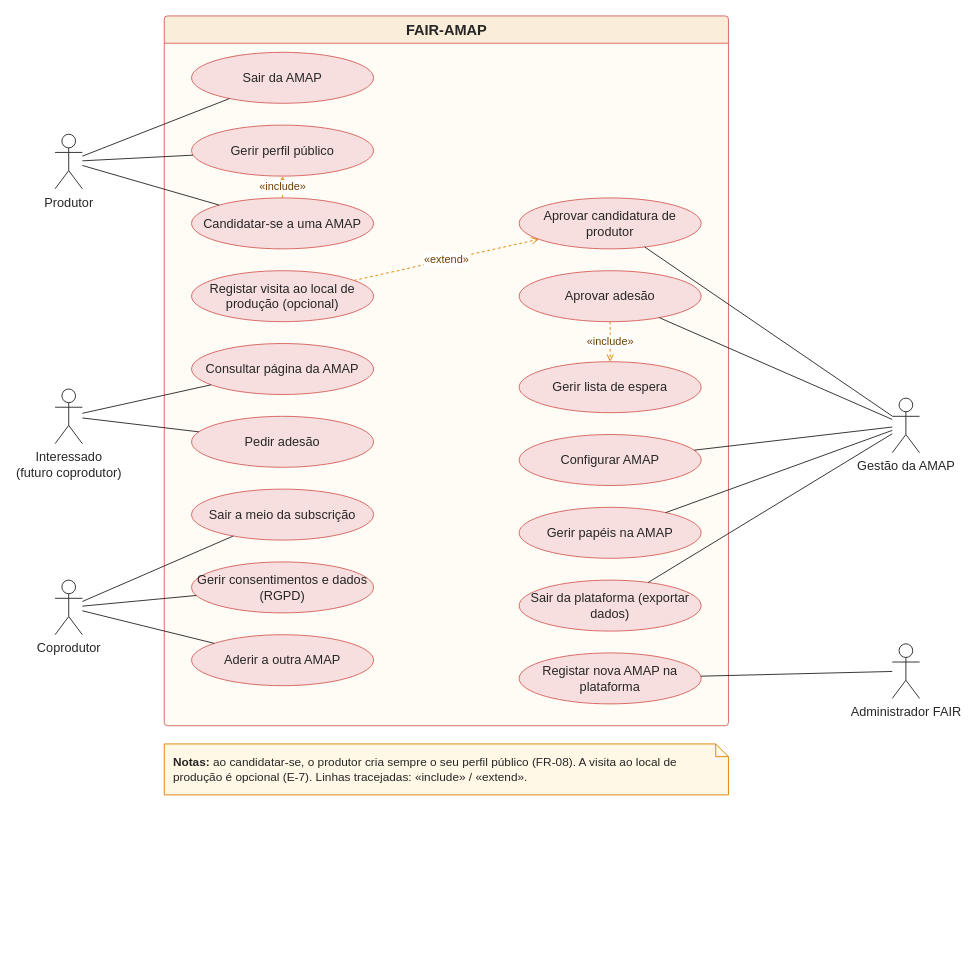
BrunoAlvees/engreq_2627_G02 keeps this draw.io diagram as docs/requisitos/diagramas/casos_uso/CasosUsoRF01PT.drawio. Above is the earlier version. Source tidied: cells renumbered, new cells numbered last; positions are measured from the earlier drawing's top-left corner, leaving out a move shared by most shapes. Both pictures are drawn from the tidied source at 91%, with x=0, y=0 at pixel (55, 15).
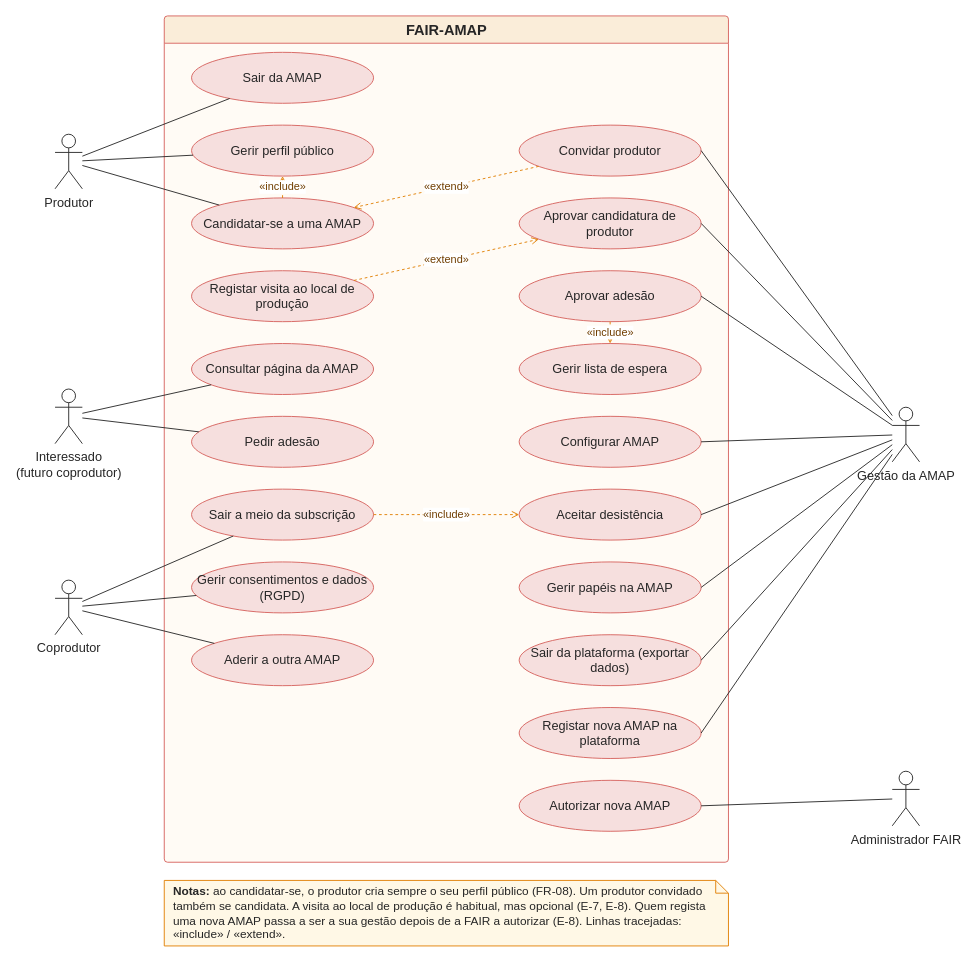
Above is the later version.

The change refers to these unchanged cells:
```xml
<mxCell id="5" value="Candidatar-se a uma AMAP" style="ellipse;whiteSpace=wrap;html=1;fontSize=14;fillColor=#F6DFDE;strokeColor=#D6615C;fontColor=#262626;" parent="2" vertex="1">
  <mxGeometry x="30" y="200" width="200" height="56" as="geometry" />
</mxCell>
<mxCell id="9" value="Sair a meio da subscrição" style="ellipse;whiteSpace=wrap;html=1;fontSize=14;fillColor=#F6DFDE;strokeColor=#D6615C;fontColor=#262626;" parent="2" vertex="1">
  <mxGeometry x="30" y="520" width="200" height="56" as="geometry" />
</mxCell>
<mxCell id="12" value="Aprovar candidatura de produtor" style="ellipse;whiteSpace=wrap;html=1;fontSize=14;fillColor=#F6DFDE;strokeColor=#D6615C;fontColor=#262626;" parent="2" vertex="1">
  <mxGeometry x="390" y="200" width="200" height="56" as="geometry" />
</mxCell>
<mxCell id="13" value="Aprovar adesão" style="ellipse;whiteSpace=wrap;html=1;fontSize=14;fillColor=#F6DFDE;strokeColor=#D6615C;fontColor=#262626;" parent="2" vertex="1">
  <mxGeometry x="390" y="280" width="200" height="56" as="geometry" />
</mxCell>
```

What changed in the source:
```diff
@@
     <mxCell id="2" value="FAIR-AMAP" style="swimlane;startSize=30;html=1;fontSize=16;fontStyle=1;fillColor=#FAEDD9;strokeColor=#D6615C;fontColor=#262626;swimlaneFillColor=#FFFBF5;rounded=1;arcSize=4;" parent="1" vertex="1">
-      <mxGeometry x="120" width="620" height="780" as="geometry" />
+      <mxGeometry x="120" width="620" height="930" as="geometry" />
     </mxCell>
@@
-    <mxCell id="6" value="Registar visita ao local de produção (opcional)" style="ellipse;whiteSpace=wrap;html=1;fontSize=14;fillColor=#F6DFDE;strokeColor=#D6615C;fontColor=#262626;" parent="2" vertex="1">
+    <mxCell id="6" value="Registar visita ao local de produção" style="ellipse;whiteSpace=wrap;html=1;fontSize=14;fillColor=#F6DFDE;strokeColor=#D6615C;fontColor=#262626;" parent="2" vertex="1">
       <mxGeometry x="30" y="280" width="200" height="56" as="geometry" />
     </mxCell>
@@
     <mxCell id="14" value="Gerir lista de espera" style="ellipse;whiteSpace=wrap;html=1;fontSize=14;fillColor=#F6DFDE;strokeColor=#D6615C;fontColor=#262626;" parent="2" vertex="1">
-      <mxGeometry x="390" y="380" width="200" height="56" as="geometry" />
+      <mxGeometry x="390" y="360" width="200" height="56" as="geometry" />
     </mxCell>
     <mxCell id="15" value="Configurar AMAP" style="ellipse;whiteSpace=wrap;html=1;fontSize=14;fillColor=#F6DFDE;strokeColor=#D6615C;fontColor=#262626;" parent="2" vertex="1">
-      <mxGeometry x="390" y="460" width="200" height="56" as="geometry" />
+      <mxGeometry x="390" y="440" width="200" height="56" as="geometry" />
     </mxCell>
     <mxCell id="16" value="Gerir papéis na AMAP" style="ellipse;whiteSpace=wrap;html=1;fontSize=14;fillColor=#F6DFDE;strokeColor=#D6615C;fontColor=#262626;" parent="2" vertex="1">
-      <mxGeometry x="390" y="540" width="200" height="56" as="geometry" />
+      <mxGeometry x="390" y="600" width="200" height="56" as="geometry" />
     </mxCell>
     <mxCell id="17" value="Sair da plataforma (exportar dados)" style="ellipse;whiteSpace=wrap;html=1;fontSize=14;fillColor=#F6DFDE;strokeColor=#D6615C;fontColor=#262626;" parent="2" vertex="1">
-      <mxGeometry x="390" y="620" width="200" height="56" as="geometry" />
+      <mxGeometry x="390" y="680" width="200" height="56" as="geometry" />
     </mxCell>
     <mxCell id="18" value="Registar nova AMAP na plataforma" style="ellipse;whiteSpace=wrap;html=1;fontSize=14;fillColor=#F6DFDE;strokeColor=#D6615C;fontColor=#262626;" parent="2" vertex="1">
-      <mxGeometry x="390" y="700" width="200" height="56" as="geometry" />
+      <mxGeometry x="390" y="760" width="200" height="56" as="geometry" />
     </mxCell>
@@
     <mxCell id="22" value="Gestão da AMAP" style="shape=umlActor;verticalLabelPosition=bottom;verticalAlign=top;html=1;fontSize=14;fillColor=#FFFFFF;strokeColor=#262626;fontColor=#262626;labelPerimeter=1;" parent="1" vertex="1">
-      <mxGeometry x="920" y="420" width="30" height="60" as="geometry" />
+      <mxGeometry x="920" y="430" width="30" height="60" as="geometry" />
     </mxCell>
     <mxCell id="23" value="Administrador FAIR" style="shape=umlActor;verticalLabelPosition=bottom;verticalAlign=top;html=1;fontSize=14;fillColor=#FFFFFF;strokeColor=#262626;fontColor=#262626;labelPerimeter=1;" parent="1" vertex="1">
-      <mxGeometry x="920" y="690" width="30" height="60" as="geometry" />
+      <mxGeometry x="920" y="830" width="30" height="60" as="geometry" />
     </mxCell>
@@
-    <mxCell id="32" style="endArrow=none;html=1;strokeColor=#262626;" parent="1" edge="1" source="22" target="12">
+    <mxCell id="32" style="endArrow=none;html=1;strokeColor=#262626;entryX=1;entryY=0.5;entryDx=0;entryDy=0;" parent="1" edge="1" source="22" target="12">
       <mxGeometry relative="1" as="geometry" />
     </mxCell>
-    <mxCell id="33" style="endArrow=none;html=1;strokeColor=#262626;" parent="1" edge="1" source="22" target="13">
+    <mxCell id="33" style="endArrow=none;html=1;strokeColor=#262626;entryX=1;entryY=0.5;entryDx=0;entryDy=0;" parent="1" edge="1" source="22" target="13">
       <mxGeometry relative="1" as="geometry" />
     </mxCell>
-    <mxCell id="34" style="endArrow=none;html=1;strokeColor=#262626;" parent="1" edge="1" source="22" target="15">
+    <mxCell id="34" style="endArrow=none;html=1;strokeColor=#262626;entryX=1;entryY=0.5;entryDx=0;entryDy=0;" parent="1" edge="1" source="22" target="15">
       <mxGeometry relative="1" as="geometry" />
     </mxCell>
-    <mxCell id="35" style="endArrow=none;html=1;strokeColor=#262626;" parent="1" edge="1" source="22" target="16">
+    <mxCell id="35" style="endArrow=none;html=1;strokeColor=#262626;entryX=1;entryY=0.5;entryDx=0;entryDy=0;" parent="1" edge="1" source="22" target="16">
       <mxGeometry relative="1" as="geometry" />
     </mxCell>
-    <mxCell id="36" style="endArrow=none;html=1;strokeColor=#262626;" parent="1" edge="1" source="22" target="17">
+    <mxCell id="36" style="endArrow=none;html=1;strokeColor=#262626;entryX=1;entryY=0.5;entryDx=0;entryDy=0;" parent="1" edge="1" source="22" target="17">
       <mxGeometry relative="1" as="geometry" />
     </mxCell>
-    <mxCell id="37" style="endArrow=none;html=1;strokeColor=#262626;" parent="1" edge="1" source="23" target="18">
+    <mxCell id="37" style="endArrow=none;html=1;strokeColor=#262626;entryX=1;entryY=0.5;entryDx=0;entryDy=0;" parent="1" edge="1" source="23" target="44">
       <mxGeometry relative="1" as="geometry" />
     </mxCell>
@@
-    <mxCell id="41" value="&lt;b&gt;Notas:&lt;/b&gt; ao candidatar-se, o produtor cria sempre o seu perfil público (FR-08). A visita ao local de produção é opcional (E-7). Linhas tracejadas: «include» / «extend»." style="shape=note;whiteSpace=wrap;html=1;size=14;fontSize=13;fillColor=#FFF8E6;strokeColor=#E17E00;fontColor=#262626;align=left;spacingLeft=8;" parent="1" vertex="1">
-      <mxGeometry x="120" y="800" width="620" height="56" as="geometry" />
+    <mxCell id="41" value="&lt;b&gt;Notas:&lt;/b&gt; ao candidatar-se, o produtor cria sempre o seu perfil público (FR-08). Um produtor convidado também se candidata. A visita ao local de produção é habitual, mas opcional (E-7, E-8). Quem regista uma nova AMAP passa a ser a sua gestão depois de a FAIR a autorizar (E-8). Linhas tracejadas: «include» / «extend»." style="shape=note;whiteSpace=wrap;html=1;size=14;fontSize=13;fillColor=#FFF8E6;strokeColor=#E17E00;fontColor=#262626;align=left;spacingLeft=8;" parent="1" vertex="1">
+      <mxGeometry x="120" y="950" width="620" height="72" as="geometry" />
     </mxCell>
+    <mxCell id="42" value="Convidar produtor" style="ellipse;whiteSpace=wrap;html=1;fontSize=14;fillColor=#F6DFDE;strokeColor=#D6615C;fontColor=#262626;" parent="2" vertex="1">
+      <mxGeometry x="390" y="120" width="200" height="56" as="geometry" />
+    </mxCell>
+    <mxCell id="43" value="Aceitar desistência" style="ellipse;whiteSpace=wrap;html=1;fontSize=14;fillColor=#F6DFDE;strokeColor=#D6615C;fontColor=#262626;" parent="2" vertex="1">
+      <mxGeometry x="390" y="520" width="200" height="56" as="geometry" />
+    </mxCell>
+    <mxCell id="44" value="Autorizar nova AMAP" style="ellipse;whiteSpace=wrap;html=1;fontSize=14;fillColor=#F6DFDE;strokeColor=#D6615C;fontColor=#262626;" parent="2" vertex="1">
+      <mxGeometry x="390" y="840" width="200" height="56" as="geometry" />
+    </mxCell>
+    <mxCell id="45" style="endArrow=none;html=1;strokeColor=#262626;entryX=1;entryY=0.5;entryDx=0;entryDy=0;" parent="1" edge="1" source="22" target="18">
+      <mxGeometry relative="1" as="geometry" />
+    </mxCell>
+    <mxCell id="46" style="endArrow=none;html=1;strokeColor=#262626;entryX=1;entryY=0.5;entryDx=0;entryDy=0;" parent="1" edge="1" source="22" target="42">
+      <mxGeometry relative="1" as="geometry" />
+    </mxCell>
+    <mxCell id="47" style="endArrow=none;html=1;strokeColor=#262626;entryX=1;entryY=0.5;entryDx=0;entryDy=0;" parent="1" edge="1" source="22" target="43">
+      <mxGeometry relative="1" as="geometry" />
+    </mxCell>
+    <mxCell id="48" value="«extend»" style="dashed=1;endArrow=open;html=1;strokeColor=#E17E00;fontColor=#703E00;fontSize=12;labelBackgroundColor=default;" parent="2" edge="1" source="42" target="5">
+      <mxGeometry relative="1" as="geometry" />
+    </mxCell>
+    <mxCell id="49" value="«include»" style="dashed=1;endArrow=open;html=1;strokeColor=#E17E00;fontColor=#703E00;fontSize=12;labelBackgroundColor=default;" parent="2" edge="1" source="9" target="43">
+      <mxGeometry relative="1" as="geometry" />
+    </mxCell>
```
